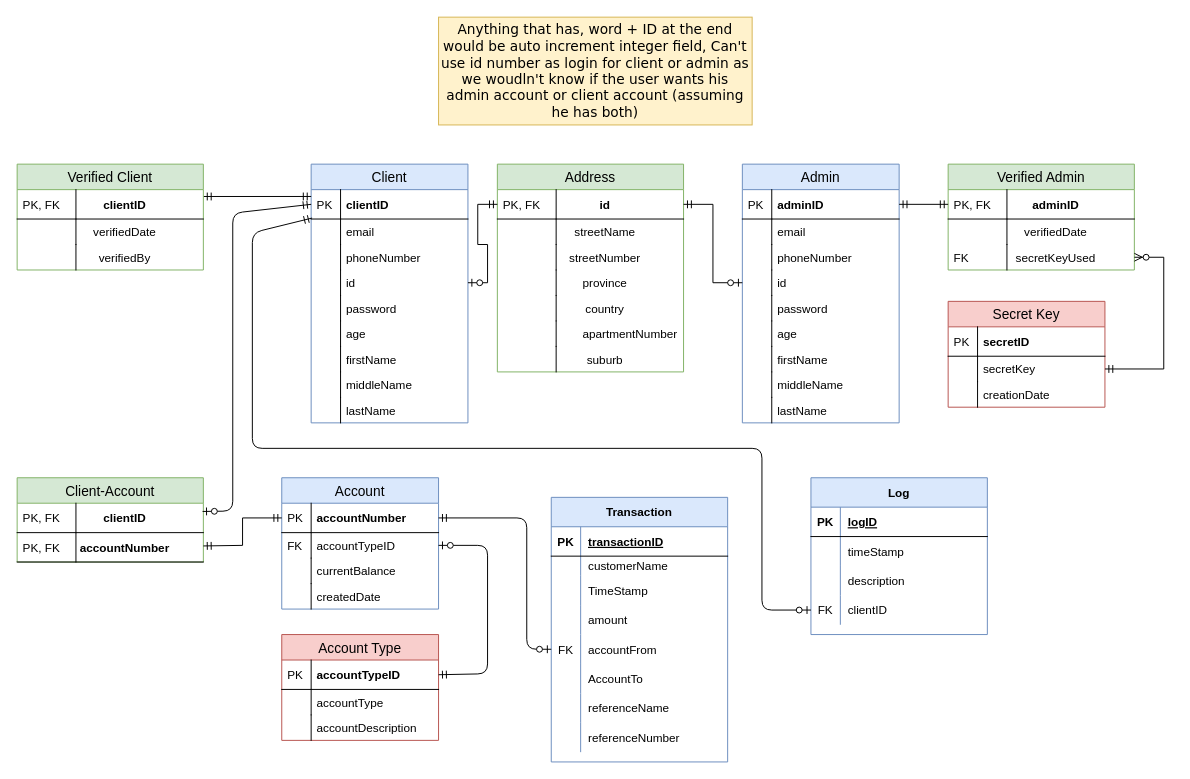
Above: Planning/ERDs/onlineDB.drawio in SDP-Wits/Banking-System (draw.io), before the change. Source tidied: cells renumbered, new cells numbered last; positions are measured from the earlier drawing's top-left corner, leaving out a move shared by most shapes. Both pictures are drawn from the tidied source at 98%, with x=0, y=0 at pixel (17, 17).
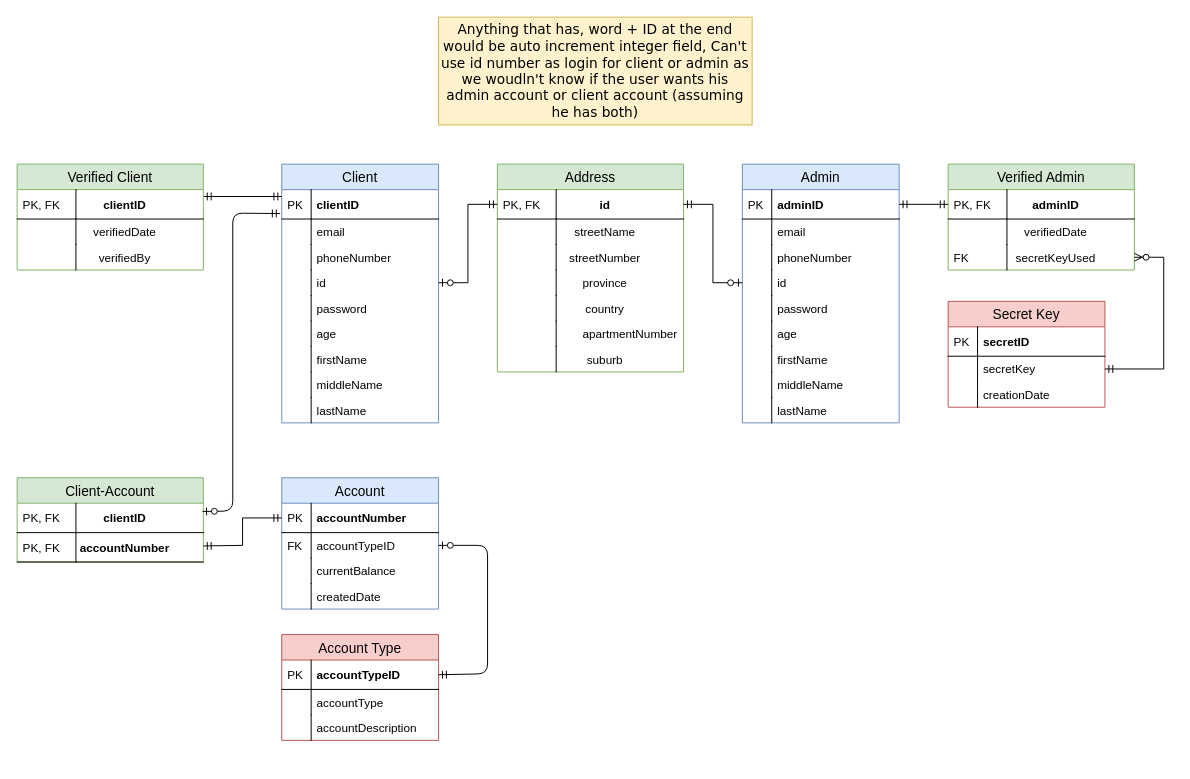
The same diagram, later.

Unchanged cells that the change refers to:
```xml
<mxCell id="3" value="clientID" style="shape=partialRectangle;top=0;left=0;right=0;bottom=1;align=left;verticalAlign=middle;fillColor=none;spacingLeft=34;spacingRight=4;overflow=hidden;points=[[0,0.5],[1,0.5]];portConstraint=eastwest;fontStyle=1;fontSize=12;" parent="2" vertex="1">
  <mxGeometry y="26" width="160" height="30" as="geometry" />
</mxCell>
<mxCell id="83" value="clientID" style="shape=partialRectangle;top=0;left=0;right=0;bottom=1;align=center;verticalAlign=middle;fillColor=none;spacingLeft=34;spacingRight=4;overflow=hidden;points=[[0,0.5],[1,0.5]];portConstraint=eastwest;fontStyle=1;fontSize=12;" parent="82" vertex="1">
  <mxGeometry y="26" width="190" height="30" as="geometry" />
</mxCell>
<mxCell id="95" value="accountNumber" style="shape=partialRectangle;top=0;left=0;right=0;bottom=1;align=left;verticalAlign=middle;fillColor=none;spacingLeft=34;spacingRight=4;overflow=hidden;points=[[0,0.5],[1,0.5]];portConstraint=eastwest;fontStyle=1;fontSize=12;" parent="94" vertex="1">
  <mxGeometry y="26" width="160" height="30" as="geometry" />
</mxCell>
```

Diff of the diagram source:
```diff
@@
     <mxCell id="2" value="Client" style="swimlane;fontStyle=0;horizontal=1;startSize=26;fillColor=#dae8fc;swimlaneFillColor=#ffffff;align=center;fontSize=14;strokeColor=#6c8ebf;" parent="1" vertex="1">
-      <mxGeometry x="300" y="150" width="160" height="264" as="geometry" />
+      <mxGeometry x="270" y="150" width="160" height="264" as="geometry" />
     </mxCell>
@@
-    <mxCell id="65" style="rounded=0;jettySize=auto;html=1;exitX=1;exitY=0.5;exitDx=0;exitDy=0;entryX=0;entryY=0.233;entryDx=0;entryDy=0;startArrow=ERmandOne;startFill=0;endArrow=ERmandOne;endFill=0;entryPerimeter=0;" parent="1" edge="1" target="3">
+    <mxCell id="65" style="rounded=0;orthogonalLoop=1;jettySize=auto;html=1;exitX=1;exitY=0.5;exitDx=0;exitDy=0;entryX=0;entryY=0.5;entryDx=0;entryDy=0;startArrow=ERmandOne;startFill=0;endArrow=ERmandOne;endFill=0;" parent="1" edge="1">
       <mxGeometry relative="1" as="geometry">
         <mxPoint x="190" y="183" as="sourcePoint" />
+        <mxPoint x="270" y="183" as="targetPoint" />
       </mxGeometry>
     </mxCell>
@@
-    <mxCell id="103" style="fontSize=12;html=1;endArrow=ERzeroToOne;startArrow=ERmandOne;exitX=0;exitY=0.5;exitDx=0;exitDy=0;entryX=0.996;entryY=0.28;entryDx=0;entryDy=0;entryPerimeter=0;" parent="1" edge="1" source="3" target="83">
+    <mxCell id="103" style="fontSize=12;html=1;endArrow=ERzeroToOne;startArrow=ERmandOne;exitX=-0.01;exitY=0.813;exitDx=0;exitDy=0;entryX=0.996;entryY=0.28;entryDx=0;entryDy=0;exitPerimeter=0;entryPerimeter=0;" parent="1" edge="1" source="3" target="83">
       <mxGeometry relative="1" as="geometry">
         <Array as="points">
           <mxPoint x="220" y="200" />
           <mxPoint x="220" y="504" />
         </Array>
       </mxGeometry>
     </mxCell>
@@
-    <mxCell id="106" value="Transaction" style="shape=table;startSize=30;childLayout=tableLayout;rowLines=0;fontStyle=1;align=center;fillColor=#dae8fc;strokeColor=#6c8ebf;" parent="1" vertex="1">
-      <mxGeometry x="545" y="490" width="180" height="270" as="geometry" />
-    </mxCell>
-    <mxCell id="107" style="shape=partialRectangle;fillColor=none;top=0;left=0;bottom=1;right=0;" parent="106" vertex="1">
-      <mxGeometry y="30" width="180" height="30" as="geometry" />
-    </mxCell>
-    <mxCell id="108" value="PK" style="shape=partialRectangle;fillColor=none;top=0;left=0;bottom=0;right=0;fontStyle=1;overflow=hidden;" parent="107" vertex="1">
-      <mxGeometry width="30" height="30" as="geometry" />
-    </mxCell>
-    <mxCell id="109" value="transactionID" style="shape=partialRectangle;fillColor=none;top=0;left=0;bottom=0;right=0;align=left;spacingLeft=6;fontStyle=5;overflow=hidden;" parent="107" vertex="1">
-      <mxGeometry x="30" width="150" height="30" as="geometry" />
-    </mxCell>
-    <mxCell id="110" style="shape=partialRectangle;fillColor=none;top=0;left=0;bottom=0;right=0;" parent="106" vertex="1">
-      <mxGeometry y="60" width="180" height="20" as="geometry" />
-    </mxCell>
-    <mxCell id="111" style="shape=partialRectangle;fillColor=none;top=0;left=0;bottom=0;right=0;overflow=hidden;" parent="110" vertex="1">
-      <mxGeometry width="30" height="20" as="geometry" />
-    </mxCell>
-    <mxCell id="112" value="customerName" style="shape=partialRectangle;fillColor=none;top=0;left=0;bottom=0;right=0;align=left;spacingLeft=6;overflow=hidden;" parent="110" vertex="1">
-      <mxGeometry x="30" width="150" height="20" as="geometry" />
-    </mxCell>
-    <mxCell id="113" style="shape=partialRectangle;fillColor=none;top=0;left=0;bottom=0;right=0;" parent="106" vertex="1">
-      <mxGeometry y="80" width="180" height="30" as="geometry" />
-    </mxCell>
-    <mxCell id="114" style="shape=partialRectangle;fillColor=none;top=0;left=0;bottom=0;right=0;overflow=hidden;" parent="113" vertex="1">
-      <mxGeometry width="30" height="30" as="geometry" />
-    </mxCell>
-    <mxCell id="115" value="TimeStamp" style="shape=partialRectangle;fillColor=none;top=0;left=0;bottom=0;right=0;align=left;spacingLeft=6;overflow=hidden;" parent="113" vertex="1">
-      <mxGeometry x="30" width="150" height="30" as="geometry" />
-    </mxCell>
-    <mxCell id="116" style="shape=partialRectangle;fillColor=none;top=0;left=0;bottom=0;right=0;" parent="106" vertex="1">
-      <mxGeometry y="110" width="180" height="30" as="geometry" />
-    </mxCell>
-    <mxCell id="117" style="shape=partialRectangle;fillColor=none;top=0;left=0;bottom=0;right=0;overflow=hidden;" parent="116" vertex="1">
-      <mxGeometry width="30" height="30" as="geometry" />
-    </mxCell>
-    <mxCell id="118" value="amount" style="shape=partialRectangle;fillColor=none;top=0;left=0;bottom=0;right=0;align=left;spacingLeft=6;overflow=hidden;" parent="116" vertex="1">
-      <mxGeometry x="30" width="150" height="30" as="geometry" />
-    </mxCell>
-    <mxCell id="119" style="shape=partialRectangle;fillColor=none;top=0;left=0;bottom=0;right=0;points=[[0,0.5],[1,0.5]];portConstraint=eastwest;" parent="106" vertex="1">
-      <mxGeometry y="140" width="180" height="30" as="geometry" />
-    </mxCell>
-    <mxCell id="120" value="FK" style="shape=partialRectangle;fillColor=none;top=0;left=0;bottom=0;right=0;overflow=hidden;" parent="119" vertex="1">
-      <mxGeometry width="30" height="30" as="geometry" />
-    </mxCell>
-    <mxCell id="121" value="accountFrom" style="shape=partialRectangle;fillColor=none;top=0;left=0;bottom=0;right=0;align=left;spacingLeft=6;overflow=hidden;" parent="119" vertex="1">
-      <mxGeometry x="30" width="150" height="30" as="geometry" />
-    </mxCell>
-    <mxCell id="122" style="shape=partialRectangle;fillColor=none;top=0;left=0;bottom=0;right=0;" parent="106" vertex="1">
-      <mxGeometry y="170" width="180" height="30" as="geometry" />
-    </mxCell>
-    <mxCell id="123" style="shape=partialRectangle;fillColor=none;top=0;left=0;bottom=0;right=0;overflow=hidden;" parent="122" vertex="1">
-      <mxGeometry width="30" height="30" as="geometry" />
-    </mxCell>
-    <mxCell id="124" value="AccountTo" style="shape=partialRectangle;fillColor=none;top=0;left=0;bottom=0;right=0;align=left;spacingLeft=6;overflow=hidden;" parent="122" vertex="1">
-      <mxGeometry x="30" width="150" height="30" as="geometry" />
-    </mxCell>
-    <mxCell id="125" style="shape=partialRectangle;fillColor=none;top=0;left=0;bottom=0;right=0;" parent="106" vertex="1">
-      <mxGeometry y="200" width="180" height="30" as="geometry" />
-    </mxCell>
-    <mxCell id="126" style="shape=partialRectangle;fillColor=none;top=0;left=0;bottom=0;right=0;overflow=hidden;" parent="125" vertex="1">
-      <mxGeometry width="30" height="30" as="geometry" />
-    </mxCell>
-    <mxCell id="127" value="referenceName" style="shape=partialRectangle;fillColor=none;top=0;left=0;bottom=0;right=0;align=left;spacingLeft=6;overflow=hidden;" parent="125" vertex="1">
-      <mxGeometry x="30" width="150" height="30" as="geometry" />
-    </mxCell>
-    <mxCell id="128" style="shape=partialRectangle;fillColor=none;top=0;left=0;bottom=0;right=0;" parent="106" vertex="1">
-      <mxGeometry y="230" width="180" height="30" as="geometry" />
-    </mxCell>
-    <mxCell id="129" style="shape=partialRectangle;fillColor=none;top=0;left=0;bottom=0;right=0;overflow=hidden;" parent="128" vertex="1">
-      <mxGeometry width="30" height="30" as="geometry" />
-    </mxCell>
-    <mxCell id="130" value="referenceNumber" style="shape=partialRectangle;fillColor=none;top=0;left=0;bottom=0;right=0;align=left;spacingLeft=6;overflow=hidden;" parent="128" vertex="1">
-      <mxGeometry x="30" width="150" height="30" as="geometry" />
-    </mxCell>
-    <mxCell id="131" value="Log" style="shape=table;startSize=30;childLayout=tableLayout;rowLines=0;fontStyle=1;align=center;fillColor=#dae8fc;strokeColor=#6c8ebf;" parent="1" vertex="1">
-      <mxGeometry x="810" y="470" width="180" height="160" as="geometry" />
-    </mxCell>
-    <mxCell id="132" style="shape=partialRectangle;fillColor=none;top=0;left=0;bottom=1;right=0;" parent="131" vertex="1">
-      <mxGeometry y="30" width="180" height="30" as="geometry" />
-    </mxCell>
-    <mxCell id="133" value="PK" style="shape=partialRectangle;fillColor=none;top=0;left=0;bottom=0;right=0;fontStyle=1;overflow=hidden;" parent="132" vertex="1">
-      <mxGeometry width="30" height="30" as="geometry" />
-    </mxCell>
-    <mxCell id="134" value="logID" style="shape=partialRectangle;fillColor=none;top=0;left=0;bottom=0;right=0;align=left;spacingLeft=6;fontStyle=5;overflow=hidden;" parent="132" vertex="1">
-      <mxGeometry x="30" width="150" height="30" as="geometry" />
-    </mxCell>
-    <mxCell id="135" style="shape=partialRectangle;fillColor=none;top=0;left=0;bottom=0;right=0;" parent="131" vertex="1">
-      <mxGeometry y="60" width="180" height="30" as="geometry" />
-    </mxCell>
-    <mxCell id="136" style="shape=partialRectangle;fillColor=none;top=0;left=0;bottom=0;right=0;overflow=hidden;" parent="135" vertex="1">
-      <mxGeometry width="30" height="30" as="geometry" />
-    </mxCell>
-    <mxCell id="137" value="timeStamp" style="shape=partialRectangle;fillColor=none;top=0;left=0;bottom=0;right=0;align=left;spacingLeft=6;overflow=hidden;" parent="135" vertex="1">
-      <mxGeometry x="30" width="150" height="30" as="geometry" />
-    </mxCell>
-    <mxCell id="138" style="shape=partialRectangle;fillColor=none;top=0;left=0;bottom=0;right=0;" parent="131" vertex="1">
-      <mxGeometry y="90" width="180" height="30" as="geometry" />
-    </mxCell>
-    <mxCell id="139" style="shape=partialRectangle;fillColor=none;top=0;left=0;bottom=0;right=0;overflow=hidden;" parent="138" vertex="1">
-      <mxGeometry width="30" height="30" as="geometry" />
-    </mxCell>
-    <mxCell id="140" value="description" style="shape=partialRectangle;fillColor=none;top=0;left=0;bottom=0;right=0;align=left;spacingLeft=6;overflow=hidden;" parent="138" vertex="1">
-      <mxGeometry x="30" width="150" height="30" as="geometry" />
-    </mxCell>
-    <mxCell id="141" style="shape=partialRectangle;fillColor=none;top=0;left=0;bottom=0;right=0;points=[[0,0.5],[1,0.5]];portConstraint=eastwest;" parent="131" vertex="1">
-      <mxGeometry y="120" width="180" height="30" as="geometry" />
-    </mxCell>
-    <mxCell id="142" value="FK" style="shape=partialRectangle;fillColor=none;top=0;left=0;bottom=0;right=0;overflow=hidden;" parent="141" vertex="1">
-      <mxGeometry width="30" height="30" as="geometry" />
-    </mxCell>
-    <mxCell id="143" value="clientID" style="shape=partialRectangle;fillColor=none;top=0;left=0;bottom=0;right=0;align=left;spacingLeft=6;overflow=hidden;" parent="141" vertex="1">
-      <mxGeometry x="30" width="150" height="30" as="geometry" />
-    </mxCell>
-    <mxCell id="144" style="fontSize=12;html=1;endArrow=ERzeroToOne;startArrow=ERmandOne;entryX=0;entryY=0.5;entryDx=0;entryDy=0;exitX=0.006;exitY=0.967;exitDx=0;exitDy=0;exitPerimeter=0;" parent="1" edge="1" source="3" target="141">
-      <mxGeometry relative="1" as="geometry">
-        <Array as="points">
-          <mxPoint x="240" y="220" />
-          <mxPoint x="240" y="440" />
-          <mxPoint x="760" y="440" />
-          <mxPoint x="760" y="605" />
-        </Array>
-      </mxGeometry>
-    </mxCell>
-    <mxCell id="145" style="fontSize=12;html=1;endArrow=ERmandOne;startArrow=ERzeroToOne;exitX=0;exitY=0.5;exitDx=0;exitDy=0;entryX=1;entryY=0.5;entryDx=0;entryDy=0;startFill=1;endFill=0;" parent="1" edge="1" source="119" target="95">
-      <mxGeometry relative="1" as="geometry">
-        <Array as="points">
-          <mxPoint x="520" y="645" />
-          <mxPoint x="520" y="511" />
-        </Array>
-      </mxGeometry>
-    </mxCell>
```
